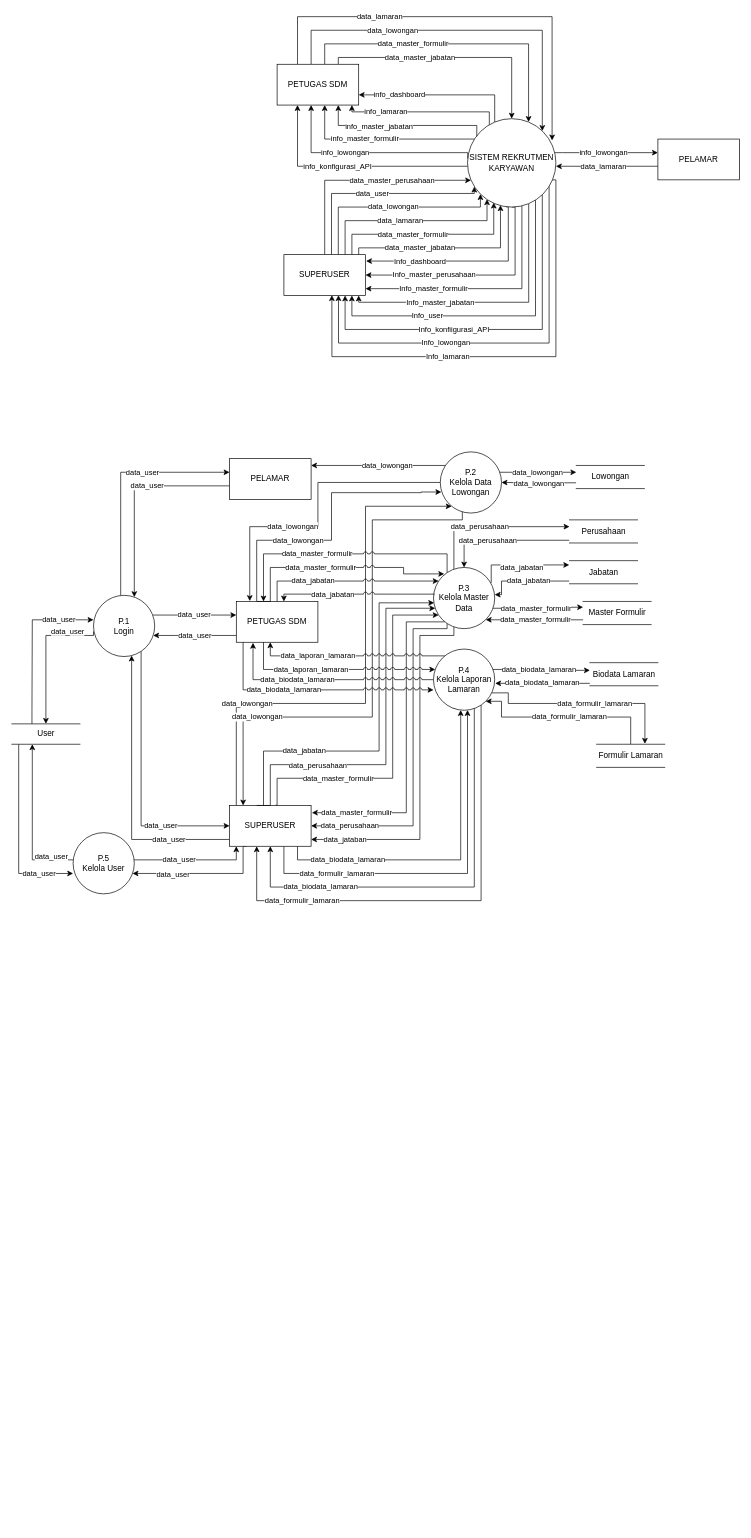
Before: DFD.drawio in keys2505/tugas-akhir, a draw.io diagram. Source tidied: cells renumbered, new cells numbered last; positions are measured from the earlier drawing's top-left corner, leaving out a move shared by most shapes. Both pictures are drawn from the tidied source at 68%, with x=0, y=0 at pixel (12, 16).
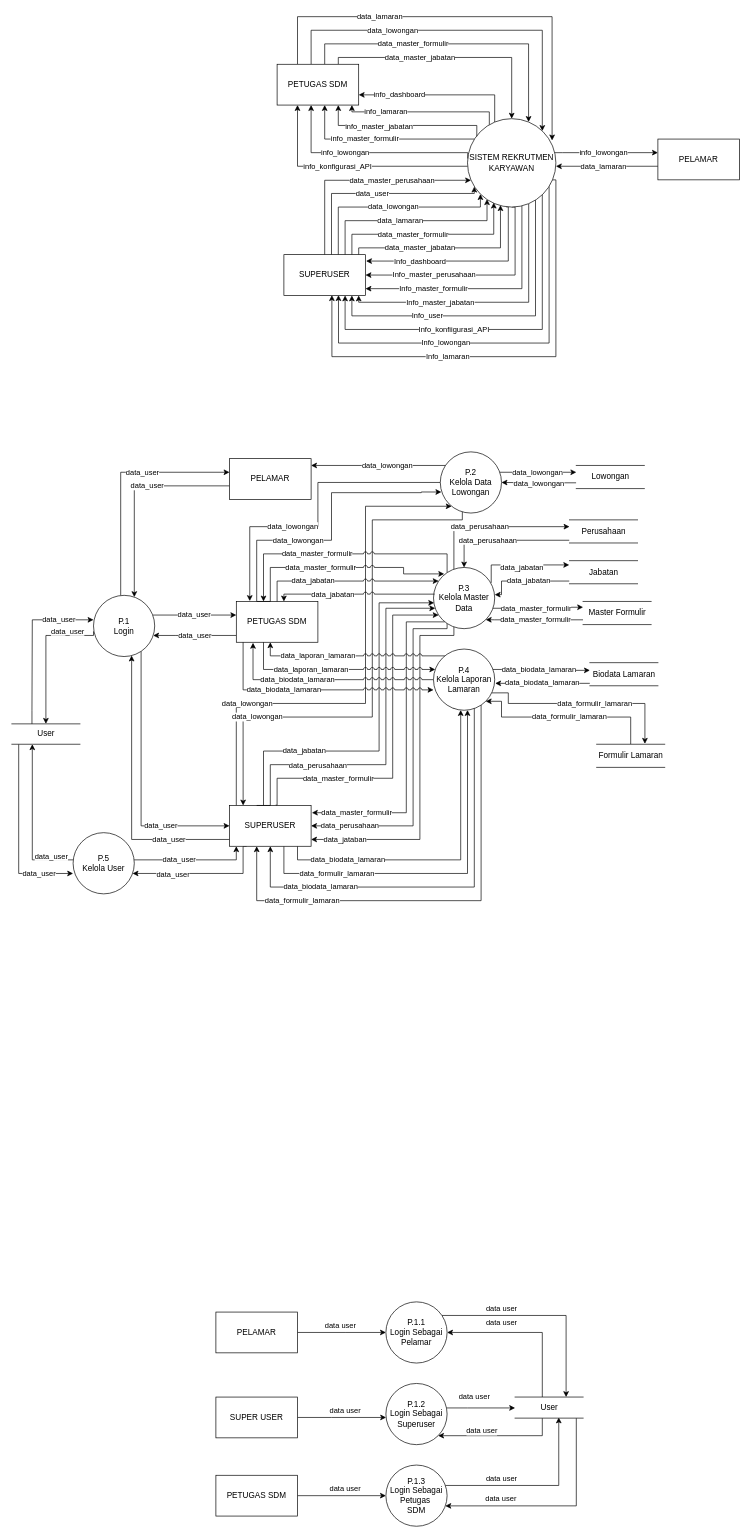
Above is the later version.

Diff of the diagram source:
```diff
@@
+    <mxCell id="96" value="data user" style="edgeStyle=orthogonalEdgeStyle;rounded=0;jettySize=auto;html=1;entryX=0.75;entryY=0;entryDx=0;entryDy=0;" parent="1" edge="1" source="97" target="105">
+      <mxGeometry x="-0.42" y="10" relative="1" as="geometry">
+        <Array as="points">
+          <mxPoint x="815" y="1910" />
+        </Array>
+      </mxGeometry>
+    </mxCell>
+    <mxCell id="97" value="&lt;div&gt;P.1.1&lt;/div&gt;&lt;div&gt;Login Sebagai Pelamar&lt;br&gt;&lt;/div&gt;" style="ellipse;whiteSpace=wrap;html=1;" parent="1" vertex="1">
+      <mxGeometry x="550" y="1890" width="90" height="90" as="geometry" />
+    </mxCell>
+    <mxCell id="98" value="data user" style="edgeStyle=orthogonalEdgeStyle;rounded=0;jettySize=auto;html=1;" parent="1" edge="1" source="99" target="105">
+      <mxGeometry x="-0.19" y="16" relative="1" as="geometry">
+        <Array as="points">
+          <mxPoint x="670" y="2046" />
+          <mxPoint x="670" y="2046" />
+        </Array>
+      </mxGeometry>
+    </mxCell>
+    <mxCell id="99" value="&lt;div&gt;P.1.2&lt;/div&gt;&lt;div&gt;Login Sebagai Superuser&lt;br&gt;&lt;/div&gt;" style="ellipse;whiteSpace=wrap;html=1;" parent="1" vertex="1">
+      <mxGeometry x="550" y="2010" width="90" height="90" as="geometry" />
+    </mxCell>
+    <mxCell id="100" value="data user" style="edgeStyle=orthogonalEdgeStyle;rounded=0;jettySize=auto;html=1;entryX=0.642;entryY=0.968;entryDx=0;entryDy=0;entryPerimeter=0;" parent="1" edge="1" source="101" target="105">
+      <mxGeometry x="-0.38" y="10" relative="1" as="geometry">
+        <Array as="points">
+          <mxPoint x="804" y="2160" />
+        </Array>
+      </mxGeometry>
+    </mxCell>
+    <mxCell id="101" value="&lt;div&gt;P.1.3&lt;/div&gt;&lt;div&gt;Login Sebagai Petugas&amp;nbsp;&lt;br&gt;&lt;/div&gt;SDM" style="ellipse;whiteSpace=wrap;html=1;" parent="1" vertex="1">
+      <mxGeometry x="550" y="2130" width="90" height="90" as="geometry" />
+    </mxCell>
+    <mxCell id="102" value="data user" style="edgeStyle=orthogonalEdgeStyle;rounded=0;jettySize=auto;html=1;entryX=1;entryY=0.5;entryDx=0;entryDy=0;" parent="1" edge="1" source="105" target="97">
+      <mxGeometry x="0.32" y="-15" relative="1" as="geometry">
+        <Array as="points">
+          <mxPoint x="780" y="1935" />
+        </Array>
+      </mxGeometry>
+    </mxCell>
+    <mxCell id="103" value="data user" style="edgeStyle=orthogonalEdgeStyle;rounded=0;jettySize=auto;html=1;entryX=1;entryY=1;entryDx=0;entryDy=0;" parent="1" edge="1" source="105" target="99">
+      <mxGeometry x="0.29" y="-7" relative="1" as="geometry">
+        <Array as="points">
+          <mxPoint x="780" y="2087" />
+        </Array>
+      </mxGeometry>
+    </mxCell>
+    <mxCell id="104" value="data user" style="edgeStyle=orthogonalEdgeStyle;rounded=0;jettySize=auto;html=1;entryX=0.971;entryY=0.667;entryDx=0;entryDy=0;entryPerimeter=0;" parent="1" edge="1" source="105" target="101">
+      <mxGeometry x="0.49" y="-10" relative="1" as="geometry">
+        <Array as="points">
+          <mxPoint x="830" y="2190" />
+        </Array>
+      </mxGeometry>
+    </mxCell>
+    <mxCell id="105" value="User" style="html=1;dashed=0;whitespace=wrap;shape=partialRectangle;right=0;left=0;" parent="1" vertex="1">
+      <mxGeometry x="740" y="2030" width="100" height="31" as="geometry" />
+    </mxCell>
+    <mxCell id="106" value="data user" style="edgeStyle=orthogonalEdgeStyle;rounded=0;jettySize=auto;html=1;" parent="1" edge="1" source="107" target="99">
+      <mxGeometry x="0.07" y="10" relative="1" as="geometry">
+        <Array as="points">
+          <mxPoint x="470" y="2060" />
+          <mxPoint x="470" y="2060" />
+        </Array>
+      </mxGeometry>
+    </mxCell>
+    <mxCell id="107" value="SUPER USER" style="rounded=0;whiteSpace=wrap;html=1;" parent="1" vertex="1">
+      <mxGeometry x="300" y="2030" width="120" height="60" as="geometry" />
+    </mxCell>
+    <mxCell id="108" value="data user" style="edgeStyle=orthogonalEdgeStyle;rounded=0;jettySize=auto;html=1;" parent="1" edge="1" source="109" target="101">
+      <mxGeometry x="0.07" y="10" relative="1" as="geometry">
+        <Array as="points">
+          <mxPoint x="490" y="2175" />
+          <mxPoint x="490" y="2175" />
+        </Array>
+      </mxGeometry>
+    </mxCell>
+    <mxCell id="109" value="PETUGAS SDM" style="rounded=0;whiteSpace=wrap;html=1;" parent="1" vertex="1">
+      <mxGeometry x="300" y="2145" width="120" height="60" as="geometry" />
+    </mxCell>
+    <mxCell id="110" value="data user" style="edgeStyle=orthogonalEdgeStyle;rounded=0;jettySize=auto;html=1;" parent="1" edge="1" source="111" target="97">
+      <mxGeometry x="-0.03" y="10" relative="1" as="geometry">
+        <Array as="points">
+          <mxPoint x="490" y="1935" />
+          <mxPoint x="490" y="1935" />
+        </Array>
+      </mxGeometry>
+    </mxCell>
+    <mxCell id="111" value="PELAMAR" style="rounded=0;whiteSpace=wrap;html=1;" parent="1" vertex="1">
+      <mxGeometry x="300" y="1905" width="120" height="60" as="geometry" />
+    </mxCell>
```
